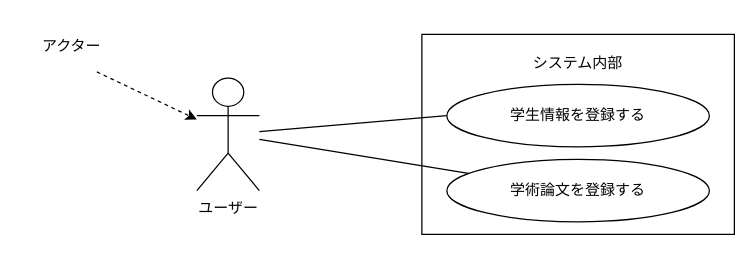
Before: 05_web_ronbun/usecase.drawio in ko246/ohara_uml, a draw.io diagram. Source tidied: cells renumbered, new cells numbered last; positions are measured from the earlier drawing's top-left corner, leaving out a move shared by most shapes. Both pictures are drawn from the tidied source at 125%, with x=0, y=0 at pixel (21, 21).
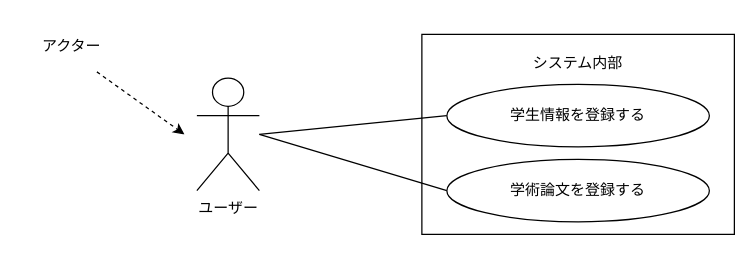
The same diagram, later.

Change to the diagram source:
```diff
@@
 <mxGraphModel>
   <root>
     <mxCell id="0" />
     <mxCell id="1" parent="0" />
     <mxCell id="2" value="システム内部&lt;div&gt;&lt;br&gt;&lt;/div&gt;&lt;div&gt;&lt;br&gt;&lt;/div&gt;&lt;div&gt;&lt;br&gt;&lt;/div&gt;&lt;div&gt;&lt;br&gt;&lt;/div&gt;&lt;div&gt;&lt;br&gt;&lt;/div&gt;&lt;div&gt;&lt;br&gt;&lt;/div&gt;&lt;div&gt;&lt;br&gt;&lt;/div&gt;&lt;div&gt;&lt;br&gt;&lt;/div&gt;" style="html=1;whiteSpace=wrap;labelPosition=center;verticalLabelPosition=middle;align=center;verticalAlign=middle;" parent="1" vertex="1">
       <mxGeometry x="320" y="10" width="250" height="160" as="geometry" />
     </mxCell>
-    <mxCell id="3" style="rounded=0;jettySize=auto;html=1;endArrow=none;endFill=0;" parent="1" edge="1" source="4" target="7">
-      <mxGeometry relative="1" as="geometry" />
+    <mxCell id="3" style="rounded=0;jettySize=auto;html=1;endArrow=none;endFill=0;exitX=0;exitY=0.5;exitDx=0;exitDy=0;" parent="1" edge="1" source="4">
+      <mxGeometry relative="1" as="geometry">
+        <mxPoint x="190" y="90" as="targetPoint" />
+      </mxGeometry>
     </mxCell>
     <mxCell id="4" value="学術論文を登録する" style="ellipse;whiteSpace=wrap;html=1;" parent="1" vertex="1">
       <mxGeometry x="340" y="110" width="210" height="50" as="geometry" />
     </mxCell>
-    <mxCell id="5" style="rounded=0;jettySize=auto;html=1;exitX=0;exitY=0.5;exitDx=0;exitDy=0;endArrow=none;endFill=0;" parent="1" edge="1" source="6" target="7">
-      <mxGeometry relative="1" as="geometry" />
+    <mxCell id="5" style="rounded=0;jettySize=auto;html=1;exitX=0;exitY=0.5;exitDx=0;exitDy=0;endArrow=none;endFill=0;" parent="1" edge="1" source="6">
+      <mxGeometry relative="1" as="geometry">
+        <mxPoint x="190" y="90" as="targetPoint" />
+      </mxGeometry>
     </mxCell>
     <mxCell id="6" value="学生情報を登録する" style="ellipse;whiteSpace=wrap;html=1;" parent="1" vertex="1">
       <mxGeometry x="340" y="50" width="210" height="50" as="geometry" />
     </mxCell>
     <mxCell id="7" value="ユーザー" style="shape=umlActor;verticalLabelPosition=bottom;verticalAlign=top;html=1;" parent="1" vertex="1">
       <mxGeometry x="140" y="45" width="50" height="90" as="geometry" />
     </mxCell>
     <mxCell id="8" value="アクター" style="text;strokeColor=none;align=center;fillColor=none;html=1;verticalAlign=middle;whiteSpace=wrap;rounded=0;" parent="1" vertex="1">
       <mxGeometry width="80" height="40" as="geometry" />
     </mxCell>
-    <mxCell id="9" style="endArrow=classic;dashed=1;html=1;rounded=0;exitX=0.75;exitY=1;exitDx=0;exitDy=0;endFill=1;" parent="1" edge="1" source="8" target="7">
-      <mxGeometry relative="1" as="geometry" />
+    <mxCell id="9" style="endArrow=classic;dashed=1;html=1;rounded=0;exitX=0.75;exitY=1;exitDx=0;exitDy=0;endFill=1;" parent="1" edge="1" source="8">
+      <mxGeometry relative="1" as="geometry">
+        <mxPoint x="130" y="90" as="targetPoint" />
+      </mxGeometry>
     </mxCell>
   </root>
 </mxGraphModel>
```
